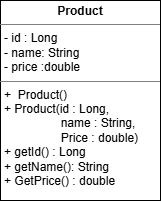
The draw.io diagram docs/uml/product.png in kavishan20240457-design/products-api, before a commit. Source tidied: cells renumbered, new cells last; positions are measured from the earlier drawing's top-left corner, leaving out a move shared by most shapes.
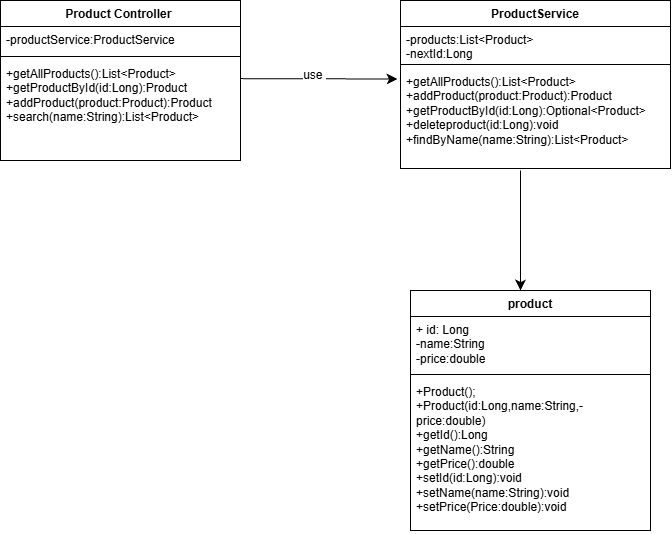
The same diagram one commit later.

Diff of the diagram source:
```diff
@@ -2,8 +2,57 @@
   <root>
     <mxCell id="0" />
     <mxCell id="1" parent="0" />
-    <mxCell id="2" value="&lt;p style=&quot;margin:0px;margin-top:4px;text-align:center;&quot;&gt;&lt;b&gt;Product&lt;/b&gt;&lt;/p&gt;&lt;hr size=&quot;1&quot; style=&quot;border-style:solid;&quot;&gt;&lt;p style=&quot;margin:0px;margin-left:4px;&quot;&gt;- id : Long&lt;/p&gt;&lt;p style=&quot;margin:0px;margin-left:4px;&quot;&gt;- name: String&lt;/p&gt;&lt;p style=&quot;margin:0px;margin-left:4px;&quot;&gt;- price :double&lt;/p&gt;&lt;hr size=&quot;1&quot; style=&quot;border-style:solid;&quot;&gt;&lt;p style=&quot;margin:0px;margin-left:4px;&quot;&gt;+&amp;nbsp; Product()&lt;/p&gt;&lt;p style=&quot;margin:0px;margin-left:4px;&quot;&gt;+ Product(id : Long,&lt;/p&gt;&lt;p style=&quot;margin:0px;margin-left:4px;&quot;&gt;&amp;nbsp; &amp;nbsp; &amp;nbsp; &amp;nbsp; &amp;nbsp; &amp;nbsp; &amp;nbsp; &amp;nbsp; &amp;nbsp;name : String,&lt;/p&gt;&lt;p style=&quot;margin:0px;margin-left:4px;&quot;&gt;&amp;nbsp; &amp;nbsp; &amp;nbsp; &amp;nbsp; &amp;nbsp; &amp;nbsp; &amp;nbsp; &amp;nbsp; &amp;nbsp;Price : double)&lt;/p&gt;&lt;p style=&quot;margin:0px;margin-left:4px;&quot;&gt;+ getId() : Long&lt;/p&gt;&lt;p style=&quot;margin:0px;margin-left:4px;&quot;&gt;+ getName(): String&lt;/p&gt;&lt;p style=&quot;margin:0px;margin-left:4px;&quot;&gt;+ GetPrice() : double&lt;/p&gt;" style="verticalAlign=top;align=left;overflow=fill;html=1;whiteSpace=wrap;" parent="1" vertex="1">
-      <mxGeometry width="160" height="200" as="geometry" />
-    </mxCell>
+    <mxCell id="3" value="Product Controller&amp;nbsp;" style="swimlane;fontStyle=1;align=center;verticalAlign=top;horizontal=1;startSize=26;whiteSpace=wrap;html=1;" parent="1" vertex="1">
+      <mxGeometry x="-20" y="-20" width="240" height="160" as="geometry" />
+    </mxCell>
+    <mxCell id="4" value="-productService:ProductService" style="text;strokeColor=none;fillColor=none;align=left;verticalAlign=top;spacingLeft=4;spacingRight=4;overflow=hidden;whiteSpace=wrap;html=1;" parent="3" vertex="1">
+      <mxGeometry y="26" width="240" height="26" as="geometry" />
+    </mxCell>
+    <mxCell id="5" style="line;strokeWidth=1;fillColor=none;align=left;verticalAlign=middle;spacingTop=-1;spacingLeft=3;spacingRight=3;labelPosition=right;strokeColor=inherit;" parent="3" vertex="1">
+      <mxGeometry y="52" width="240" height="8" as="geometry" />
+    </mxCell>
+    <mxCell id="6" value="+getAllProducts():List&amp;lt;Product&amp;gt;&lt;div&gt;+getProductById(id:Long):Product&lt;/div&gt;&lt;div&gt;+addProduct(product:Product):Product&lt;/div&gt;&lt;div&gt;+search(name:String):List&amp;lt;Product&amp;gt;&lt;br&gt;&lt;div&gt;&lt;br&gt;&lt;/div&gt;&lt;/div&gt;" style="text;strokeColor=none;fillColor=none;align=left;verticalAlign=top;spacingLeft=4;spacingRight=4;overflow=hidden;whiteSpace=wrap;html=1;" parent="3" vertex="1">
+      <mxGeometry y="60" width="240" height="100" as="geometry" />
+    </mxCell>
+    <mxCell id="7" style="endArrow=classic;html=1;rounded=0;fontSize=12;startSize=8;endSize=8;curved=1;entryX=-0.011;entryY=0.105;entryDx=0;entryDy=0;entryPerimeter=0;" parent="1" edge="1" target="12">
+      <mxGeometry relative="1" as="geometry">
+        <mxPoint x="220" y="58.1" as="sourcePoint" />
+      </mxGeometry>
+    </mxCell>
+    <mxCell id="8" value="use&amp;nbsp;" style="edgeLabel;html=1;align=center;verticalAlign=middle;fontSize=12;" parent="7" vertex="1">
+      <mxGeometry x="-0.07" y="7" relative="1" as="geometry">
+        <mxPoint y="3" as="offset" />
+      </mxGeometry>
+    </mxCell>
+    <mxCell id="9" value="ProductService" style="swimlane;fontStyle=1;align=center;verticalAlign=top;horizontal=1;startSize=26;whiteSpace=wrap;html=1;" parent="1" vertex="1">
+      <mxGeometry x="380" y="-20" width="270" height="168" as="geometry" />
+    </mxCell>
+    <mxCell id="10" value="-products:List&amp;lt;Product&amp;gt;&lt;div&gt;-nextId:Long&lt;/div&gt;" style="text;strokeColor=none;fillColor=none;align=left;verticalAlign=top;spacingLeft=4;spacingRight=4;overflow=hidden;whiteSpace=wrap;html=1;" parent="9" vertex="1">
+      <mxGeometry y="26" width="270" height="34" as="geometry" />
+    </mxCell>
+    <mxCell id="11" style="line;strokeWidth=1;fillColor=none;align=left;verticalAlign=middle;spacingTop=-1;spacingLeft=3;spacingRight=3;labelPosition=right;strokeColor=inherit;" parent="9" vertex="1">
+      <mxGeometry y="60" width="270" height="8" as="geometry" />
+    </mxCell>
+    <mxCell id="12" value="+getAllProducts():List&amp;lt;Product&amp;gt;&lt;div&gt;+addProduct(product:Product):Product&lt;/div&gt;&lt;div&gt;+getProductById(id:Long):Optional&amp;lt;Product&amp;gt;&lt;/div&gt;&lt;div&gt;+deleteproduct(id:Long):void&lt;/div&gt;&lt;div&gt;+findByName(name:String):List&amp;lt;Product&amp;gt;&lt;/div&gt;&lt;div&gt;&lt;br&gt;&lt;/div&gt;" style="text;strokeColor=none;fillColor=none;align=left;verticalAlign=top;spacingLeft=4;spacingRight=4;overflow=hidden;points=[[0,0.5],[1,0.5]];portConstraint=eastwest;whiteSpace=wrap;html=1;" parent="9" vertex="1">
+      <mxGeometry y="68" width="270" height="100" as="geometry" />
+    </mxCell>
+    <mxCell id="13" style="endArrow=classic;html=1;rounded=0;fontSize=12;startSize=8;endSize=8;curved=1;" parent="1" edge="1">
+      <mxGeometry relative="1" as="geometry">
+        <mxPoint x="500" y="150" as="sourcePoint" />
+        <mxPoint x="500" y="270" as="targetPoint" />
+      </mxGeometry>
+    </mxCell>
+    <mxCell id="14" value="product" style="swimlane;fontStyle=1;align=center;verticalAlign=top;horizontal=1;startSize=26;whiteSpace=wrap;html=1;" parent="1" vertex="1">
+      <mxGeometry x="390" y="270" width="240" height="240" as="geometry" />
+    </mxCell>
+    <mxCell id="15" value="+ id: Long&lt;div&gt;-name:String&lt;/div&gt;&lt;div&gt;-price:double&lt;/div&gt;" style="text;strokeColor=none;fillColor=none;align=left;verticalAlign=top;spacingLeft=4;spacingRight=4;overflow=hidden;whiteSpace=wrap;html=1;" parent="14" vertex="1">
+      <mxGeometry y="26" width="240" height="54" as="geometry" />
+    </mxCell>
+    <mxCell id="16" style="line;strokeWidth=1;fillColor=none;align=left;verticalAlign=middle;spacingTop=-1;spacingLeft=3;spacingRight=3;labelPosition=right;strokeColor=inherit;" parent="14" vertex="1">
+      <mxGeometry y="80" width="240" height="8" as="geometry" />
+    </mxCell>
+    <mxCell id="17" value="+Product();&lt;div&gt;+Product(id:Long,name:String,-price:double)&lt;/div&gt;&lt;div&gt;+getId():Long&lt;/div&gt;&lt;div&gt;+getName():String&lt;/div&gt;&lt;div&gt;+getPrice():double&lt;/div&gt;&lt;div&gt;+setId(id:Long):void&lt;/div&gt;&lt;div&gt;+setName(name:String):void&lt;/div&gt;&lt;div&gt;+setPrice(Price:double):void&lt;/div&gt;&lt;div&gt;&lt;br&gt;&lt;/div&gt;&lt;div&gt;&lt;br&gt;&lt;/div&gt;&lt;div&gt;&lt;br&gt;&lt;div&gt;&lt;br&gt;&lt;/div&gt;&lt;/div&gt;" style="text;strokeColor=none;fillColor=none;align=left;verticalAlign=top;spacingLeft=4;spacingRight=4;overflow=hidden;whiteSpace=wrap;html=1;" parent="14" vertex="1">
+      <mxGeometry y="88" width="240" height="152" as="geometry" />
+    </mxCell>
   </root>
 </mxGraphModel>
```
